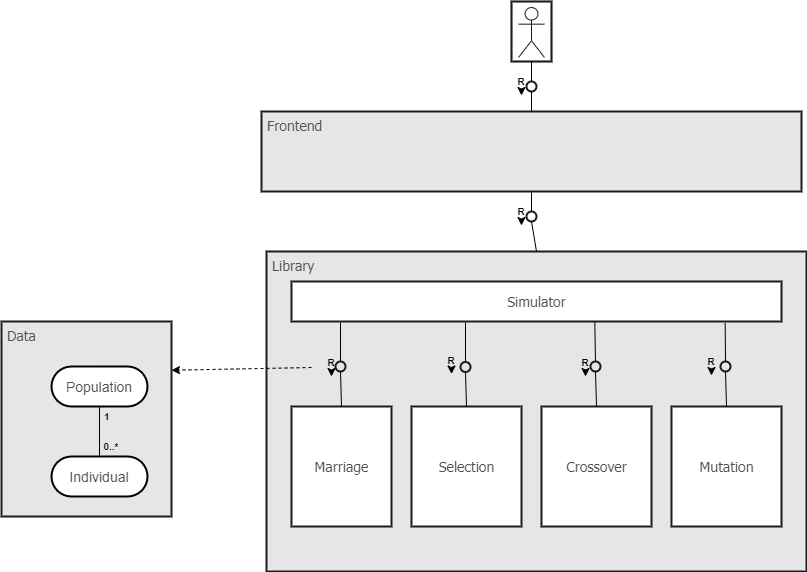
Earlier version of the draw.io export Projektvortrag/img/Vortrag/Systemmodellierung.png (nhrt/Genetic-Algorithms). Source tidied: cells renumbered, new cells last; positions are measured from the earlier drawing's top-left corner, leaving out a move shared by most shapes.
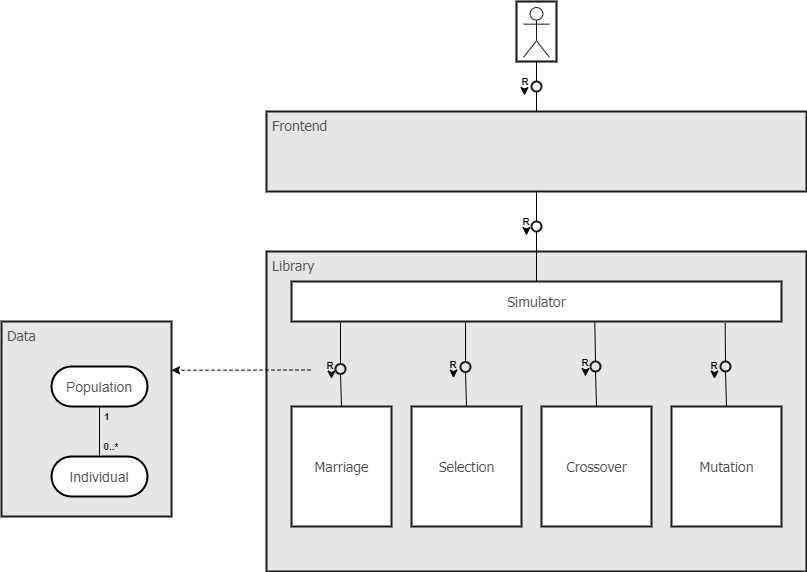
Above is the later version.

The edit, as a diff of the source:
```diff
@@ -3,7 +3,7 @@
     <mxCell id="0" />
     <mxCell id="1" parent="0" />
     <mxCell id="2" style="group;fillColor=#ffffff;strokeColor=#000000;strokeWidth=2;" parent="1" vertex="1">
-      <mxGeometry x="510" width="40" height="60" as="geometry" />
+      <mxGeometry x="515" width="40" height="60" as="geometry" />
     </mxCell>
     <mxCell id="3" style="shape=umlActor;verticalLabelPosition=bottom;labelBackgroundColor=#ffffff;verticalAlign=top;strokeColor=#1C1C1C;fillColor=none;fontFamily=Tahoma;fontSize=14;fontColor=#525252;align=center;html=1;" parent="2" vertex="1">
       <mxGeometry x="7.1" y="6.1" width="25.8" height="49.8" as="geometry" />
@@ -30,7 +30,7 @@
       <mxGeometry x="670" y="405" width="110" height="120" as="geometry" />
     </mxCell>
     <mxCell id="11" value="Frontend" style="html=1;strokeColor=#1C1C1C;fillColor=#E6E6E6;fontFamily=Tahoma;fontSize=14;fontColor=#525252;align=left;verticalAlign=top;spacingLeft=4;strokeWidth=2;" parent="1" vertex="1">
-      <mxGeometry x="260" y="110" width="540" height="80" as="geometry" />
+      <mxGeometry x="265" y="110" width="540" height="80" as="geometry" />
     </mxCell>
     <mxCell id="12" style="endArrow=classic;html=1;dashed=1;exitX=0;exitY=0.75;exitDx=0;exitDy=0;entryX=1;entryY=0.25;entryDx=0;entryDy=0;" parent="1" edge="1" source="38" target="13">
       <mxGeometry relative="1" as="geometry" />
@@ -49,16 +49,16 @@
     </mxCell>
     <mxCell id="17" style="endArrow=classic;html=1;strokeColor=#000000;fontFamily=Helvetica;fontSize=14;fontColor=#525252;" parent="16" edge="1">
       <mxGeometry relative="1" as="geometry">
-        <mxPoint x="20" y="19" as="sourcePoint" />
-        <mxPoint x="20" y="24" as="targetPoint" />
+        <mxPoint x="23" y="19" as="sourcePoint" />
+        <mxPoint x="23" y="24" as="targetPoint" />
       </mxGeometry>
     </mxCell>
+    <mxCell id="19" style="ellipse;whiteSpace=wrap;html=1;strokeColor=#1C1C1C;fillColor=none;fontFamily=Tahoma;fontSize=14;fontColor=#525252;align=center;strokeWidth=2;" parent="16" vertex="1">
+      <mxGeometry x="30" y="10" width="10" height="10" as="geometry" />
+    </mxCell>
     <mxCell id="18" value="R" style="text;html=1;strokeColor=none;fillColor=none;align=center;verticalAlign=middle;whiteSpace=wrap;overflow=hidden;fontFamily=Helvetica;fontSize=10;fontColor=#000000;fontStyle=1;" parent="16" vertex="1">
-      <mxGeometry width="40" height="20" as="geometry" />
+      <mxGeometry x="4" width="40" height="20" as="geometry" />
     </mxCell>
-    <mxCell id="19" style="ellipse;whiteSpace=wrap;html=1;strokeColor=#1C1C1C;fillColor=none;fontFamily=Tahoma;fontSize=14;fontColor=#525252;align=center;strokeWidth=2;" parent="16" vertex="1">
-      <mxGeometry x="25" y="10" width="10" height="10" as="geometry" />
-    </mxCell>
     <mxCell id="20" style="endArrow=none;html=1;exitX=0.5;exitY=1;exitDx=0;exitDy=0;entryX=0.5;entryY=0;entryDx=0;entryDy=0;" parent="1" edge="1" source="4" target="19">
       <mxGeometry relative="1" as="geometry" />
     </mxCell>
@@ -76,24 +76,24 @@
     </mxCell>
     <mxCell id="25" style="endArrow=classic;html=1;strokeColor=#000000;fontFamily=Helvetica;fontSize=14;fontColor=#525252;" parent="24" edge="1">
       <mxGeometry relative="1" as="geometry">
-        <mxPoint x="20" y="19" as="sourcePoint" />
-        <mxPoint x="20" y="24" as="targetPoint" />
+        <mxPoint x="25" y="29" as="sourcePoint" />
+        <mxPoint x="25" y="34" as="targetPoint" />
       </mxGeometry>
     </mxCell>
     <mxCell id="26" value="R" style="text;html=1;strokeColor=none;fillColor=none;align=center;verticalAlign=middle;whiteSpace=wrap;overflow=hidden;fontFamily=Helvetica;fontSize=10;fontColor=#000000;fontStyle=1;spacingLeft=0;" parent="24" vertex="1">
-      <mxGeometry width="40" height="20" as="geometry" />
+      <mxGeometry x="5" y="10" width="40" height="20" as="geometry" />
     </mxCell>
     <mxCell id="27" style="ellipse;whiteSpace=wrap;html=1;strokeColor=#1C1C1C;fillColor=none;fontFamily=Tahoma;fontSize=14;fontColor=#525252;align=center;strokeWidth=2;spacingLeft=0;" parent="24" vertex="1">
-      <mxGeometry x="25" y="10" width="10" height="10" as="geometry" />
+      <mxGeometry x="30" y="20" width="10" height="10" as="geometry" />
     </mxCell>
     <mxCell id="28" style="endArrow=none;html=1;exitX=0.5;exitY=1;exitDx=0;exitDy=0;entryX=0.5;entryY=0;entryDx=0;entryDy=0;" parent="1" edge="1" source="11" target="27">
       <mxGeometry relative="1" as="geometry" />
     </mxCell>
-    <mxCell id="29" style="endArrow=none;html=1;exitX=0.5;exitY=1;exitDx=0;exitDy=0;entryX=0.5;entryY=0;entryDx=0;entryDy=0;" parent="1" edge="1" source="27" target="5">
+    <mxCell id="29" style="endArrow=none;html=1;exitX=0.5;exitY=1;exitDx=0;exitDy=0;" parent="1" edge="1" source="27" target="6">
       <mxGeometry relative="1" as="geometry" />
     </mxCell>
     <mxCell id="30" style="group;" parent="1" vertex="1">
-      <mxGeometry x="300" y="350" width="50" height="21" as="geometry" />
+      <mxGeometry x="300" y="352.5" width="50" height="21" as="geometry" />
     </mxCell>
     <mxCell id="31" style="group;" parent="30" vertex="1">
       <mxGeometry width="50" height="21" as="geometry" />
@@ -120,7 +120,7 @@
       </mxGeometry>
     </mxCell>
     <mxCell id="38" value="R" style="text;html=1;strokeColor=none;fillColor=none;align=center;verticalAlign=middle;whiteSpace=wrap;overflow=hidden;fontFamily=Helvetica;fontSize=10;fontColor=#000000;fontStyle=1;" parent="36" vertex="1">
-      <mxGeometry width="40" height="20" as="geometry" />
+      <mxGeometry x="-1" width="40" height="20" as="geometry" />
     </mxCell>
     <mxCell id="39" style="group;" parent="1" vertex="1">
       <mxGeometry x="440" y="355.5" width="40" height="20" as="geometry" />
@@ -137,21 +137,24 @@
     <mxCell id="43" style="group;" parent="41" vertex="1">
       <mxGeometry y="-2" width="40" height="20" as="geometry" />
     </mxCell>
-    <mxCell id="44" style="group;" parent="43" vertex="1">
-      <mxGeometry width="40" height="20" as="geometry" />
-    </mxCell>
-    <mxCell id="45" style="group;" parent="44" vertex="1">
-      <mxGeometry width="40" height="20" as="geometry" />
-    </mxCell>
-    <mxCell id="46" style="endArrow=classic;html=1;strokeColor=#000000;fontFamily=Helvetica;fontSize=14;fontColor=#525252;" parent="45" edge="1">
-      <mxGeometry relative="1" as="geometry">
-        <mxPoint x="20" y="19" as="sourcePoint" />
-        <mxPoint x="20" y="24" as="targetPoint" />
-      </mxGeometry>
-    </mxCell>
-    <mxCell id="47" value="R" style="text;html=1;strokeColor=none;fillColor=none;align=center;verticalAlign=middle;whiteSpace=wrap;overflow=hidden;fontFamily=Helvetica;fontSize=10;fontColor=#000000;fontStyle=1;" parent="45" vertex="1">
-      <mxGeometry width="40" height="20" as="geometry" />
-    </mxCell>
+    <mxCell id="76" style="group;" parent="41" vertex="1">
+      <mxGeometry x="2" y="2" width="40" height="20" as="geometry" />
+    </mxCell>
+    <mxCell id="77" style="group;" parent="76" vertex="1">
+      <mxGeometry width="40" height="20" as="geometry" />
+    </mxCell>
+    <mxCell id="78" style="group;" parent="77" vertex="1">
+      <mxGeometry width="40" height="20" as="geometry" />
+    </mxCell>
+    <mxCell id="79" style="endArrow=classic;html=1;strokeColor=#000000;fontFamily=Helvetica;fontSize=14;fontColor=#525252;" parent="78" edge="1">
+      <mxGeometry relative="1" as="geometry">
+        <mxPoint x="20" y="19" as="sourcePoint" />
+        <mxPoint x="20" y="24" as="targetPoint" />
+      </mxGeometry>
+    </mxCell>
+    <mxCell id="80" value="R" style="text;html=1;strokeColor=none;fillColor=none;align=center;verticalAlign=middle;whiteSpace=wrap;overflow=hidden;fontFamily=Helvetica;fontSize=10;fontColor=#000000;fontStyle=1;" parent="78" vertex="1">
+      <mxGeometry width="40" height="20" as="geometry" />
+    </mxCell>
     <mxCell id="48" style="group;" parent="1" vertex="1">
       <mxGeometry x="560" y="350" width="44" height="21" as="geometry" />
     </mxCell>
@@ -183,26 +186,35 @@
       <mxGeometry width="40" height="20" as="geometry" />
     </mxCell>
     <mxCell id="57" style="group;" parent="1" vertex="1">
-      <mxGeometry x="690" y="350" width="40" height="20" as="geometry" />
+      <mxGeometry x="690" y="350" width="40" height="23.5" as="geometry" />
     </mxCell>
     <mxCell id="58" style="group;" parent="57" vertex="1">
-      <mxGeometry width="40" height="20" as="geometry" />
+      <mxGeometry width="40" height="23.5" as="geometry" />
     </mxCell>
     <mxCell id="59" style="group;" parent="58" vertex="1">
-      <mxGeometry width="40" height="20" as="geometry" />
+      <mxGeometry width="40" height="23.5" as="geometry" />
     </mxCell>
-    <mxCell id="60" style="endArrow=classic;html=1;strokeColor=#000000;fontFamily=Helvetica;fontSize=14;fontColor=#525252;" parent="59" edge="1">
-      <mxGeometry relative="1" as="geometry">
-        <mxPoint x="20" y="19" as="sourcePoint" />
-        <mxPoint x="20" y="24" as="targetPoint" />
-      </mxGeometry>
-    </mxCell>
-    <mxCell id="61" value="R" style="text;html=1;strokeColor=none;fillColor=none;align=center;verticalAlign=middle;whiteSpace=wrap;overflow=hidden;fontFamily=Helvetica;fontSize=10;fontColor=#000000;fontStyle=1;" parent="59" vertex="1">
-      <mxGeometry width="40" height="20" as="geometry" />
-    </mxCell>
     <mxCell id="62" style="ellipse;whiteSpace=wrap;html=1;strokeColor=#1C1C1C;fillColor=none;fontFamily=Tahoma;fontSize=14;fontColor=#525252;align=center;strokeWidth=2;" parent="59" vertex="1">
       <mxGeometry x="29" y="10" width="10" height="10" as="geometry" />
     </mxCell>
+    <mxCell id="81" style="group;" parent="59" vertex="1">
+      <mxGeometry x="3" y="3.5" width="40" height="20" as="geometry" />
+    </mxCell>
+    <mxCell id="82" style="group;" parent="81" vertex="1">
+      <mxGeometry width="40" height="20" as="geometry" />
+    </mxCell>
+    <mxCell id="83" style="group;" parent="82" vertex="1">
+      <mxGeometry width="40" height="20" as="geometry" />
+    </mxCell>
+    <mxCell id="84" style="endArrow=classic;html=1;strokeColor=#000000;fontFamily=Helvetica;fontSize=14;fontColor=#525252;" parent="83" edge="1">
+      <mxGeometry relative="1" as="geometry">
+        <mxPoint x="20" y="19" as="sourcePoint" />
+        <mxPoint x="20" y="24" as="targetPoint" />
+      </mxGeometry>
+    </mxCell>
+    <mxCell id="85" value="R" style="text;html=1;strokeColor=none;fillColor=none;align=center;verticalAlign=middle;whiteSpace=wrap;overflow=hidden;fontFamily=Helvetica;fontSize=10;fontColor=#000000;fontStyle=1;" parent="83" vertex="1">
+      <mxGeometry width="40" height="20" as="geometry" />
+    </mxCell>
     <mxCell id="63" style="endArrow=none;html=1;entryX=0.5;entryY=0;entryDx=0;entryDy=0;" parent="1" edge="1" target="33">
       <mxGeometry relative="1" as="geometry">
         <mxPoint x="339" y="321" as="sourcePoint" />
```
